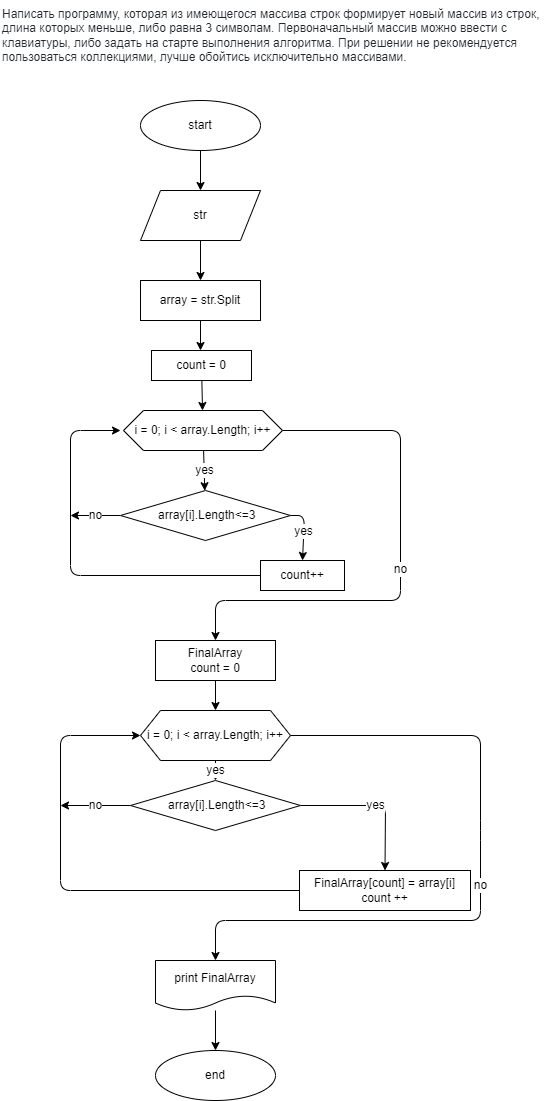
Above: diagram.drawio.png in nvk13sam/Project1 (draw.io), before the change. Source tidied: cells renumbered, new cells last; positions are measured from the earlier drawing's top-left corner, leaving out a move shared by most shapes.
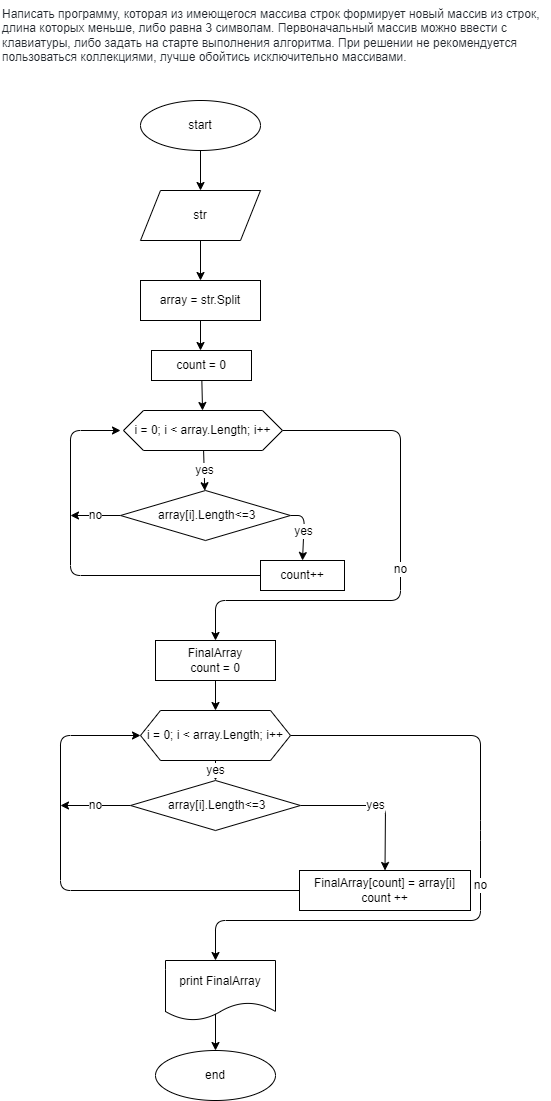
Later version of the same file.

Commit message:
add diagram correct

Diff of the diagram source:
```diff
@@ -88,8 +88,9 @@
         <mxPoint x="215" y="760" as="sourcePoint" />
       </mxGeometry>
     </mxCell>
-    <mxCell id="22" value="no" style="edgeStyle=none;html=1;entryX=0.5;entryY=0;entryDx=0;entryDy=0;fontSize=12;exitX=1;exitY=0.5;exitDx=0;exitDy=0;" parent="1" edge="1" source="23" target="30">
+    <mxCell id="22" value="no" style="edgeStyle=none;html=1;entryX=0.5;entryY=0;entryDx=0;entryDy=0;fontSize=12;exitX=1;exitY=0.5;exitDx=0;exitDy=0;" parent="1" edge="1" source="23">
       <mxGeometry relative="1" as="geometry">
+        <mxPoint x="215" y="960" as="targetPoint" />
         <Array as="points">
           <mxPoint x="480" y="735" />
           <mxPoint x="480" y="830" />
@@ -127,14 +128,16 @@
     <mxCell id="28" value="&lt;span&gt;&amp;nbsp;array[i].Length&amp;lt;=3&lt;/span&gt;" style="rhombus;whiteSpace=wrap;html=1;" parent="1" vertex="1">
       <mxGeometry x="130" y="780" width="170" height="50" as="geometry" />
     </mxCell>
-    <mxCell id="29" style="edgeStyle=none;html=1;fontSize=12;" parent="1" edge="1" source="30" target="31">
-      <mxGeometry relative="1" as="geometry" />
+    <mxCell id="29" style="edgeStyle=none;html=1;fontSize=12;" parent="1" edge="1" target="31">
+      <mxGeometry relative="1" as="geometry">
+        <mxPoint x="215" y="1010" as="sourcePoint" />
+      </mxGeometry>
     </mxCell>
+    <mxCell id="31" value="end" style="ellipse;whiteSpace=wrap;html=1;" parent="1" vertex="1">
+      <mxGeometry x="155" y="1050" width="120" height="50" as="geometry" />
+    </mxCell>
-    <mxCell id="30" value="print FinalArray" style="shape=document;whiteSpace=wrap;html=1;boundedLbl=1;fontSize=12;fillColor=#FFFFFF;" parent="1" vertex="1">
-      <mxGeometry x="155" y="960" width="120" height="50" as="geometry" />
+    <mxCell id="30" value="print FinalArray" style="shape=document;whiteSpace=wrap;html=1;boundedLbl=1;" parent="1" vertex="1">
+      <mxGeometry x="165" y="960" width="110" height="60" as="geometry" />
     </mxCell>
-    <mxCell id="31" value="end" style="ellipse;whiteSpace=wrap;html=1;" parent="1" vertex="1">
-      <mxGeometry x="155" y="1050" width="120" height="50" as="geometry" />
-    </mxCell>
   </root>
 </mxGraphModel>
```
